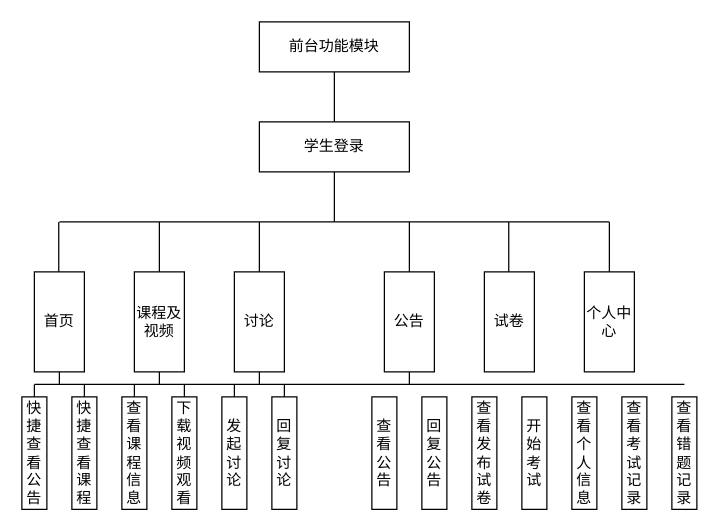
Above: page "第 2 页" (2 of 2) of 未命名绘图.drawio in outeddy/silver (draw.io), before the change. Source tidied: cells renumbered, new cells numbered last; positions are measured from the earlier drawing's top-left corner, leaving out a move shared by most shapes. Both pictures are drawn from the tidied source at 125%, with x=0, y=0 at pixel (21, 21).
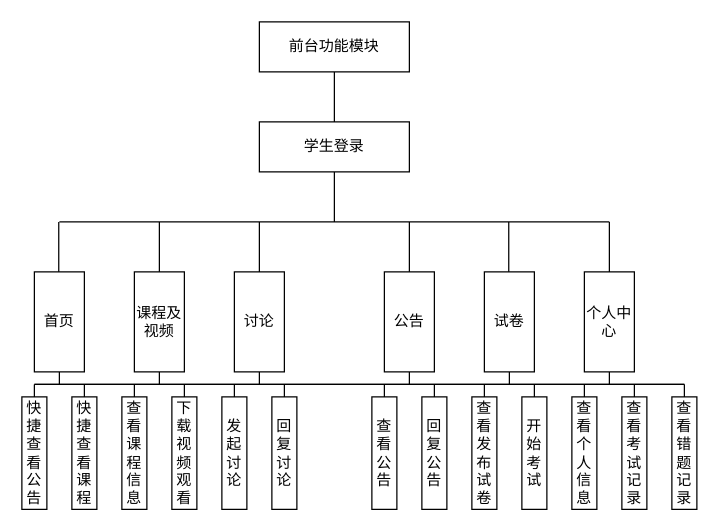
The same page after the edit.

Unchanged cells that the change refers to:
```xml
<mxCell id="15" value="试卷" style="rounded=0;whiteSpace=wrap;html=1;" parent="1" vertex="1">
  <mxGeometry x="370" y="200" width="40" height="80" as="geometry" />
</mxCell>
<mxCell id="16" value="个人中心" style="rounded=0;whiteSpace=wrap;html=1;" parent="1" vertex="1">
  <mxGeometry x="450" y="200" width="40" height="80" as="geometry" />
</mxCell>
<mxCell id="25" value="查看公告" style="rounded=0;whiteSpace=wrap;html=1;" parent="1" vertex="1">
  <mxGeometry x="280" y="300" width="20" height="90" as="geometry" />
</mxCell>
<mxCell id="27" value="查看发布试卷" style="rounded=0;whiteSpace=wrap;html=1;" parent="1" vertex="1">
  <mxGeometry x="360" y="300" width="20" height="90" as="geometry" />
</mxCell>
<mxCell id="28" value="开始考试" style="rounded=0;whiteSpace=wrap;html=1;" parent="1" vertex="1">
  <mxGeometry x="400" y="300" width="20" height="90" as="geometry" />
</mxCell>
<mxCell id="29" value="查看个人信息" style="rounded=0;whiteSpace=wrap;html=1;" parent="1" vertex="1">
  <mxGeometry x="440" y="300" width="20" height="90" as="geometry" />
</mxCell>
<mxCell id="30" value="查看考试记录" style="rounded=0;whiteSpace=wrap;html=1;" parent="1" vertex="1">
  <mxGeometry x="480" y="300" width="20" height="90" as="geometry" />
</mxCell>
<mxCell id="31" value="查看错题记录" style="rounded=0;whiteSpace=wrap;html=1;" parent="1" vertex="1">
  <mxGeometry x="520" y="300" width="20" height="90" as="geometry" />
</mxCell>
```

The edit, as a diff of the source:
```diff
@@
+    <mxCell id="43" style="endArrow=none;html=1;rounded=0;" parent="1" edge="1">
+      <mxGeometry relative="1" as="geometry">
+        <mxPoint x="10" y="290" as="sourcePoint" />
+        <mxPoint x="530" y="290" as="targetPoint" />
+      </mxGeometry>
+    </mxCell>
+    <mxCell id="44" style="endArrow=none;html=1;rounded=0;exitX=0.5;exitY=0;exitDx=0;exitDy=0;" parent="1" edge="1" source="25">
+      <mxGeometry relative="1" as="geometry">
+        <mxPoint x="290" y="290" as="targetPoint" />
+      </mxGeometry>
+    </mxCell>
+    <mxCell id="45" style="endArrow=none;html=1;rounded=0;entryX=0.5;entryY=1;entryDx=0;entryDy=0;" parent="1" edge="1">
+      <mxGeometry relative="1" as="geometry">
+        <mxPoint x="330" y="300" as="sourcePoint" />
+        <mxPoint x="330" y="300" as="targetPoint" />
+        <Array as="points">
+          <mxPoint x="330" y="290" />
+        </Array>
+      </mxGeometry>
+    </mxCell>
+    <mxCell id="46" style="endArrow=none;html=1;rounded=0;exitX=0.5;exitY=0;exitDx=0;exitDy=0;" parent="1" edge="1" source="27">
+      <mxGeometry relative="1" as="geometry">
+        <mxPoint x="370" y="290" as="targetPoint" />
+      </mxGeometry>
+    </mxCell>
+    <mxCell id="47" style="endArrow=none;html=1;rounded=0;entryX=0.5;entryY=1;entryDx=0;entryDy=0;" parent="1" edge="1" target="15">
+      <mxGeometry relative="1" as="geometry">
+        <mxPoint x="390" y="290" as="sourcePoint" />
+      </mxGeometry>
+    </mxCell>
+    <mxCell id="48" style="endArrow=none;html=1;rounded=0;" parent="1" edge="1" source="28">
+      <mxGeometry relative="1" as="geometry">
+        <mxPoint x="410" y="290" as="targetPoint" />
+      </mxGeometry>
+    </mxCell>
+    <mxCell id="49" style="endArrow=none;html=1;rounded=0;" parent="1" edge="1" source="29">
+      <mxGeometry relative="1" as="geometry">
+        <mxPoint x="450" y="290" as="targetPoint" />
+      </mxGeometry>
+    </mxCell>
+    <mxCell id="50" style="endArrow=none;html=1;rounded=0;exitX=0.5;exitY=0;exitDx=0;exitDy=0;" parent="1" edge="1" source="30">
+      <mxGeometry relative="1" as="geometry">
+        <mxPoint x="490" y="290" as="targetPoint" />
+      </mxGeometry>
+    </mxCell>
+    <mxCell id="51" style="endArrow=none;html=1;rounded=0;exitX=0.5;exitY=0;exitDx=0;exitDy=0;" parent="1" edge="1" source="31">
+      <mxGeometry relative="1" as="geometry">
+        <mxPoint x="530" y="290" as="targetPoint" />
+      </mxGeometry>
+    </mxCell>
+    <mxCell id="52" style="endArrow=none;html=1;rounded=0;entryX=0.5;entryY=1;entryDx=0;entryDy=0;" parent="1" edge="1" target="16">
+      <mxGeometry relative="1" as="geometry">
+        <mxPoint x="470" y="290" as="sourcePoint" />
+      </mxGeometry>
+    </mxCell>
```
